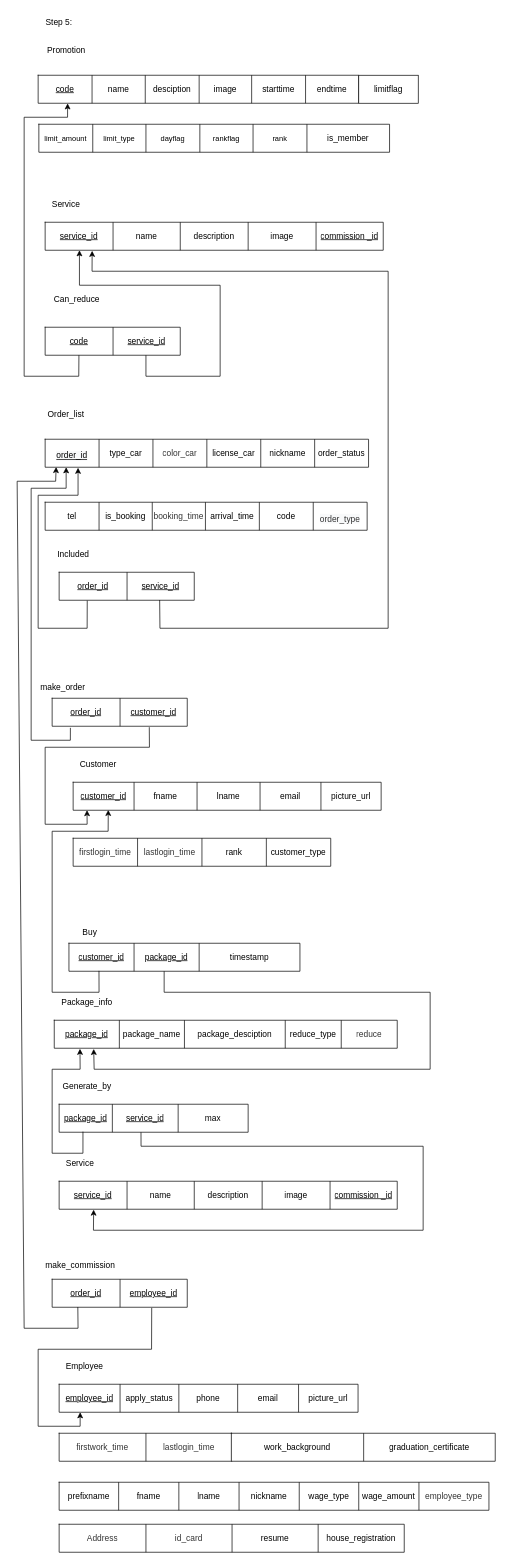
Earlier version of the draw.io diagram page "Step_P3" (4 of 7) of carcare.drawio (jarawin/carcare). Source tidied: cells renumbered, new cells numbered last; positions are measured from the earlier drawing's top-left corner, leaving out a move shared by most shapes. Both pictures are drawn from the tidied source at 70%, with x=0, y=0 at pixel (17, 12).
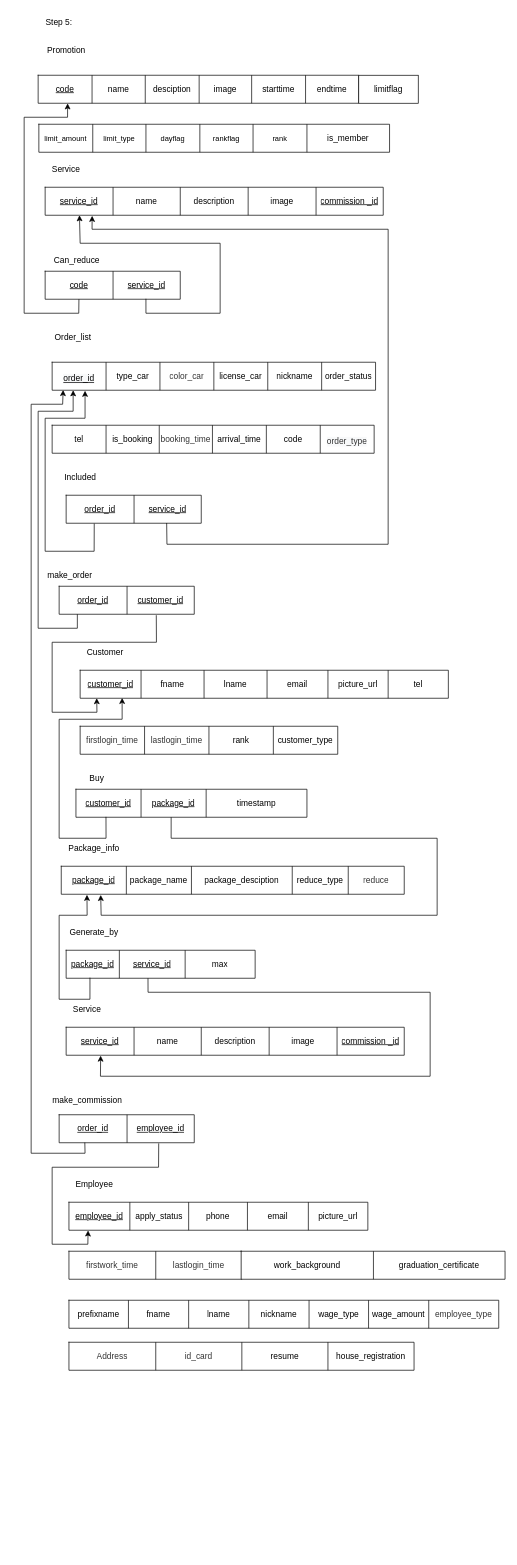
The same page after the edit.

Unchanged cells that the change refers to:
```xml
<mxCell id="6" style="shape=tableRow;horizontal=0;startSize=0;swimlaneHead=0;swimlaneBody=0;top=0;left=0;bottom=0;right=0;fillColor=none;points=[[0,0.5],[1,0.5]];portConstraint=eastwest;strokeColor=default;fontFamily=Helvetica;fontSize=12;fontColor=default;html=1;" parent="5" vertex="1">
  <mxGeometry width="483" height="40" as="geometry" />
</mxCell>
<mxCell id="14" style="shape=tableRow;horizontal=0;startSize=0;swimlaneHead=0;swimlaneBody=0;top=0;left=0;bottom=0;right=0;fillColor=none;points=[[0,0.5],[1,0.5]];portConstraint=eastwest;strokeColor=default;fontFamily=Helvetica;fontSize=12;fontColor=default;html=1;" parent="13" vertex="1">
  <mxGeometry width="193" height="40" as="geometry" />
</mxCell>
<mxCell id="21" style="shape=tableRow;horizontal=0;startSize=0;swimlaneHead=0;swimlaneBody=0;top=0;left=0;bottom=0;right=0;fillColor=none;points=[[0,0.5],[1,0.5]];portConstraint=eastwest;strokeColor=default;fontFamily=Helvetica;fontSize=12;fontColor=default;html=1;" parent="20" vertex="1">
  <mxGeometry width="193" height="40" as="geometry" />
</mxCell>
<mxCell id="30" style="shape=tableRow;horizontal=0;startSize=0;swimlaneHead=0;swimlaneBody=0;top=0;left=0;bottom=0;right=0;fillColor=none;points=[[0,0.5],[1,0.5]];portConstraint=eastwest;strokeColor=default;fontFamily=Helvetica;fontSize=12;fontColor=default;html=1;" parent="29" vertex="1">
  <mxGeometry width="330" height="40" as="geometry" />
</mxCell>
<mxCell id="38" style="shape=tableRow;horizontal=0;startSize=0;swimlaneHead=0;swimlaneBody=0;top=0;left=0;bottom=0;right=0;fillColor=none;points=[[0,0.5],[1,0.5]];portConstraint=eastwest;strokeColor=default;fontFamily=Helvetica;fontSize=12;fontColor=default;html=1;" parent="37" vertex="1">
  <mxGeometry width="483" height="40" as="geometry" />
</mxCell>
<mxCell id="46" style="shape=tableRow;horizontal=0;startSize=0;swimlaneHead=0;swimlaneBody=0;top=0;left=0;bottom=0;right=0;fillColor=none;points=[[0,0.5],[1,0.5]];portConstraint=eastwest;strokeColor=default;fontFamily=Helvetica;fontSize=12;fontColor=default;html=1;" parent="45" vertex="1">
  <mxGeometry width="270" height="40" as="geometry" />
</mxCell>
<mxCell id="55" style="shape=tableRow;horizontal=0;startSize=0;swimlaneHead=0;swimlaneBody=0;top=0;left=0;bottom=0;right=0;fillColor=none;points=[[0,0.5],[1,0.5]];portConstraint=eastwest;strokeColor=default;fontFamily=Helvetica;fontSize=12;fontColor=default;html=1;" parent="54" vertex="1">
  <mxGeometry width="193" height="40" as="geometry" />
</mxCell>
<mxCell id="62" style="shape=tableRow;horizontal=0;startSize=0;swimlaneHead=0;swimlaneBody=0;top=0;left=0;bottom=0;right=0;fillColor=none;points=[[0,0.5],[1,0.5]];portConstraint=eastwest;strokeColor=default;fontFamily=Helvetica;fontSize=12;fontColor=default;html=1;" parent="61" vertex="1">
  <mxGeometry width="193" height="40" as="geometry" />
</mxCell>
<mxCell id="86" style="shape=tableRow;horizontal=0;startSize=0;swimlaneHead=0;swimlaneBody=0;top=0;left=0;bottom=0;right=0;fillColor=none;points=[[0,0.5],[1,0.5]];portConstraint=eastwest;strokeColor=default;fontFamily=Helvetica;fontSize=12;fontColor=default;html=1;" parent="85" vertex="1">
  <mxGeometry width="462" height="40" as="geometry" />
</mxCell>
<mxCell id="107" style="shape=tableRow;horizontal=0;startSize=0;swimlaneHead=0;swimlaneBody=0;top=0;left=0;bottom=0;right=0;fillColor=none;points=[[0,0.5],[1,0.5]];portConstraint=eastwest;strokeColor=default;fontFamily=Helvetica;fontSize=12;fontColor=default;html=1;" parent="106" vertex="1">
  <mxGeometry width="490" height="40" as="geometry" />
</mxCell>
<mxCell id="114" style="shape=tableRow;horizontal=0;startSize=0;swimlaneHead=0;swimlaneBody=0;top=0;left=0;bottom=0;right=0;fillColor=none;points=[[0,0.5],[1,0.5]];portConstraint=eastwest;strokeColor=default;fontFamily=Helvetica;fontSize=12;fontColor=default;html=1;" parent="113" vertex="1">
  <mxGeometry width="427" height="40" as="geometry" />
</mxCell>
```

The edit, as a diff of the source:
```diff
@@
     <mxCell id="3" value="Service" style="text;html=1;strokeColor=none;fillColor=none;align=center;verticalAlign=middle;whiteSpace=wrap;rounded=0;fontFamily=Helvetica;fontSize=12;fontColor=default;startSize=0;" parent="1" vertex="1">
-      <mxGeometry x="40" y="260" width="60" height="30" as="geometry" />
+      <mxGeometry x="40" y="210" width="60" height="30" as="geometry" />
     </mxCell>
@@
     <mxCell id="5" style="shape=table;startSize=0;childLayout=tableLayout;strokeColor=default;fontFamily=Helvetica;fontSize=12;fontColor=default;fillColor=default;html=1;" parent="1" vertex="1">
-      <mxGeometry x="40" y="300" width="483" height="40" as="geometry" />
+      <mxGeometry x="40" y="250" width="483" height="40" as="geometry" />
     </mxCell>
@@
     <mxCell id="12" value="Can_reduce" style="text;html=1;align=center;verticalAlign=middle;strokeColor=none;fillColor=none;" parent="1" vertex="1">
-      <mxGeometry x="40" y="395" width="90" height="30" as="geometry" />
+      <mxGeometry x="40" y="340" width="90" height="30" as="geometry" />
     </mxCell>
     <mxCell id="13" style="shape=table;startSize=0;childLayout=tableLayout;strokeColor=default;fontFamily=Helvetica;fontSize=12;fontColor=default;fillColor=default;html=1;" parent="1" vertex="1">
-      <mxGeometry x="40" y="450" width="193" height="40" as="geometry" />
+      <mxGeometry x="40" y="370" width="193" height="40" as="geometry" />
     </mxCell>
@@
     <mxCell id="17" style="endArrow=classic;html=1;rounded=0;entryX=0.07;entryY=1.006;entryDx=0;entryDy=0;entryPerimeter=0;exitX=0.25;exitY=1;exitDx=0;exitDy=0;" parent="1" edge="1" source="13">
       <mxGeometry relative="1" as="geometry">
         <mxPoint x="72.1" y="130.2" as="targetPoint" />
         <Array as="points">
-          <mxPoint x="88" y="520" />
-          <mxPoint x="10" y="520" />
+          <mxPoint x="88" y="430" />
+          <mxPoint x="10" y="430" />
           <mxPoint x="10" y="150" />
           <mxPoint x="72" y="150" />
         </Array>
       </mxGeometry>
     </mxCell>
-    <mxCell id="18" style="endArrow=classic;html=1;rounded=0;" parent="1" edge="1">
+    <mxCell id="18" style="endArrow=classic;html=1;rounded=0;exitX=0.746;exitY=0.983;exitDx=0;exitDy=0;exitPerimeter=0;" parent="1" edge="1" source="14">
       <mxGeometry relative="1" as="geometry">
-        <mxPoint x="184" y="490" as="sourcePoint" />
-        <mxPoint x="89" y="340" as="targetPoint" />
+        <mxPoint x="89" y="290" as="targetPoint" />
         <Array as="points">
-          <mxPoint x="184" y="520" />
-          <mxPoint x="290" y="520" />
-          <mxPoint x="290" y="390" />
-          <mxPoint x="89" y="390" />
+          <mxPoint x="184" y="430" />
+          <mxPoint x="290" y="430" />
+          <mxPoint x="290" y="330" />
+          <mxPoint x="90" y="330" />
         </Array>
       </mxGeometry>
     </mxCell>
     <mxCell id="19" value="Order_list" style="text;html=1;strokeColor=none;fillColor=none;align=center;verticalAlign=middle;whiteSpace=wrap;rounded=0;fontFamily=Helvetica;fontSize=12;fontColor=default;startSize=0;" parent="1" vertex="1">
-      <mxGeometry x="40" y="560" width="60" height="30" as="geometry" />
+      <mxGeometry x="50" y="450" width="60" height="30" as="geometry" />
     </mxCell>
     <mxCell id="20" style="shape=table;startSize=0;childLayout=tableLayout;strokeColor=default;fontFamily=Helvetica;fontSize=12;fontColor=default;fillColor=default;html=1;" parent="1" vertex="1">
-      <mxGeometry x="60" y="800" width="193" height="40" as="geometry" />
+      <mxGeometry x="70" y="690" width="193" height="40" as="geometry" />
     </mxCell>
@@
     <mxCell id="24" style="endArrow=classic;html=1;rounded=0;entryX=0.096;entryY=1.018;entryDx=0;entryDy=0;entryPerimeter=0;exitX=0.208;exitY=1.012;exitDx=0;exitDy=0;exitPerimeter=0;" parent="1" edge="1" source="21">
       <mxGeometry relative="1" as="geometry">
-        <mxPoint x="87" y="650.7" as="targetPoint" />
+        <mxPoint x="97" y="540.7" as="targetPoint" />
         <Array as="points">
-          <mxPoint x="100" y="880" />
-          <mxPoint x="30" y="880" />
-          <mxPoint x="30" y="690" />
-          <mxPoint x="87" y="690" />
+          <mxPoint x="110" y="770" />
+          <mxPoint x="40" y="770" />
+          <mxPoint x="40" y="580" />
+          <mxPoint x="97" y="580" />
         </Array>
       </mxGeometry>
     </mxCell>
     <mxCell id="25" style="endArrow=classic;html=1;rounded=0;exitX=0.744;exitY=0.993;exitDx=0;exitDy=0;exitPerimeter=0;entryX=0.139;entryY=1.021;entryDx=0;entryDy=0;entryPerimeter=0;" parent="1" edge="1" source="21" target="6">
       <mxGeometry relative="1" as="geometry">
         <Array as="points">
-          <mxPoint x="204" y="880" />
-          <mxPoint x="530" y="880" />
-          <mxPoint x="530" y="370" />
-          <mxPoint x="107" y="370" />
+          <mxPoint x="214" y="760" />
+          <mxPoint x="530" y="760" />
+          <mxPoint x="530" y="310" />
+          <mxPoint x="107" y="310" />
         </Array>
       </mxGeometry>
     </mxCell>
     <mxCell id="26" value="Included" style="text;html=1;align=center;verticalAlign=middle;strokeColor=none;fillColor=none;" parent="1" vertex="1">
-      <mxGeometry x="45" y="760" width="70" height="30" as="geometry" />
+      <mxGeometry x="55" y="650" width="70" height="30" as="geometry" />
     </mxCell>
     <mxCell id="27" value="Package_info" style="text;html=1;strokeColor=none;fillColor=none;align=center;verticalAlign=middle;whiteSpace=wrap;rounded=0;fontFamily=Helvetica;fontSize=12;fontColor=default;startSize=0;" parent="1" vertex="1">
-      <mxGeometry x="70" y="1400" width="60" height="30" as="geometry" />
+      <mxGeometry x="80" y="1180" width="60" height="30" as="geometry" />
     </mxCell>
     <mxCell id="28" value="Buy" style="text;html=1;strokeColor=none;fillColor=none;align=center;verticalAlign=middle;whiteSpace=wrap;rounded=0;fontFamily=Helvetica;fontSize=12;fontColor=default;startSize=0;" parent="1" vertex="1">
-      <mxGeometry x="74" y="1300" width="60" height="30" as="geometry" />
+      <mxGeometry x="84" y="1080" width="60" height="30" as="geometry" />
     </mxCell>
     <mxCell id="29" style="shape=table;startSize=0;childLayout=tableLayout;strokeColor=default;fontFamily=Helvetica;fontSize=12;fontColor=default;fillColor=default;html=1;" parent="1" vertex="1">
-      <mxGeometry x="74" y="1330" width="330" height="40" as="geometry" />
+      <mxGeometry x="84" y="1110" width="330" height="40" as="geometry" />
     </mxCell>
@@
     <mxCell id="34" style="endArrow=classic;html=1;rounded=0;exitX=0.13;exitY=0.986;exitDx=0;exitDy=0;exitPerimeter=0;entryX=0.114;entryY=0.988;entryDx=0;entryDy=0;entryPerimeter=0;" parent="1" edge="1" source="30" target="94">
       <mxGeometry relative="1" as="geometry">
         <Array as="points">
-          <mxPoint x="117" y="1400" />
-          <mxPoint x="50" y="1400" />
-          <mxPoint x="50" y="1170" />
-          <mxPoint x="130" y="1170" />
+          <mxPoint x="127" y="1180" />
+          <mxPoint x="60" y="1180" />
+          <mxPoint x="60" y="1010" />
+          <mxPoint x="150" y="1010" />
         </Array>
       </mxGeometry>
     </mxCell>
     <mxCell id="35" style="endArrow=classic;html=1;rounded=0;entryX=0.115;entryY=1.024;entryDx=0;entryDy=0;entryPerimeter=0;" parent="1" edge="1" target="107">
       <mxGeometry relative="1" as="geometry">
-        <mxPoint x="210" y="1370" as="sourcePoint" />
+        <mxPoint x="220" y="1150" as="sourcePoint" />
         <Array as="points">
-          <mxPoint x="210" y="1400" />
-          <mxPoint x="590" y="1400" />
-          <mxPoint x="590" y="1510" />
-          <mxPoint x="110" y="1510" />
+          <mxPoint x="220" y="1180" />
+          <mxPoint x="600" y="1180" />
+          <mxPoint x="600" y="1290" />
+          <mxPoint x="120" y="1290" />
         </Array>
       </mxGeometry>
     </mxCell>
     <mxCell id="36" value="Service" style="text;html=1;strokeColor=none;fillColor=none;align=center;verticalAlign=middle;whiteSpace=wrap;rounded=0;fontFamily=Helvetica;fontSize=12;fontColor=default;startSize=0;" parent="1" vertex="1">
-      <mxGeometry x="60" y="1630" width="60" height="30" as="geometry" />
+      <mxGeometry x="70" y="1410" width="60" height="30" as="geometry" />
     </mxCell>
     <mxCell id="37" style="shape=table;startSize=0;childLayout=tableLayout;strokeColor=default;fontFamily=Helvetica;fontSize=12;fontColor=default;fillColor=default;html=1;" parent="1" vertex="1">
-      <mxGeometry x="60" y="1670" width="483" height="40" as="geometry" />
+      <mxGeometry x="70" y="1450" width="483" height="40" as="geometry" />
     </mxCell>
@@
     <mxCell id="44" value="Generate_by" style="text;html=1;strokeColor=none;fillColor=none;align=center;verticalAlign=middle;whiteSpace=wrap;rounded=0;fontFamily=Helvetica;fontSize=12;fontColor=default;startSize=0;" parent="1" vertex="1">
-      <mxGeometry x="70" y="1520" width="60" height="30" as="geometry" />
+      <mxGeometry x="80" y="1300" width="60" height="30" as="geometry" />
     </mxCell>
     <mxCell id="45" style="shape=table;startSize=0;childLayout=tableLayout;strokeColor=default;fontFamily=Helvetica;fontSize=12;fontColor=default;fillColor=default;html=1;" parent="1" vertex="1">
-      <mxGeometry x="60" y="1560" width="270" height="40" as="geometry" />
+      <mxGeometry x="70" y="1340" width="270" height="40" as="geometry" />
     </mxCell>
@@
     <mxCell id="50" style="endArrow=classic;html=1;rounded=0;exitX=0.126;exitY=0.979;exitDx=0;exitDy=0;exitPerimeter=0;entryX=0.075;entryY=1.019;entryDx=0;entryDy=0;entryPerimeter=0;" parent="1" edge="1" source="46" target="107">
       <mxGeometry relative="1" as="geometry">
         <Array as="points">
-          <mxPoint x="94" y="1630" />
-          <mxPoint x="50" y="1630" />
-          <mxPoint x="50" y="1510" />
-          <mxPoint x="90" y="1510" />
+          <mxPoint x="104" y="1410" />
+          <mxPoint x="60" y="1410" />
+          <mxPoint x="60" y="1290" />
+          <mxPoint x="100" y="1290" />
         </Array>
       </mxGeometry>
     </mxCell>
     <mxCell id="51" style="endArrow=classic;html=1;rounded=0;exitX=0.433;exitY=1.002;exitDx=0;exitDy=0;exitPerimeter=0;entryX=0.102;entryY=1.014;entryDx=0;entryDy=0;entryPerimeter=0;" parent="1" edge="1" source="46" target="38">
       <mxGeometry relative="1" as="geometry">
         <Array as="points">
-          <mxPoint x="177" y="1620" />
-          <mxPoint x="580" y="1620" />
-          <mxPoint x="580" y="1740" />
-          <mxPoint x="109" y="1740" />
+          <mxPoint x="187" y="1400" />
+          <mxPoint x="590" y="1400" />
+          <mxPoint x="590" y="1520" />
+          <mxPoint x="119" y="1520" />
         </Array>
       </mxGeometry>
     </mxCell>
     <mxCell id="52" value="Customer" style="text;html=1;strokeColor=none;fillColor=none;align=center;verticalAlign=middle;whiteSpace=wrap;rounded=0;fontFamily=Helvetica;fontSize=12;fontColor=default;startSize=0;" parent="1" vertex="1">
-      <mxGeometry x="86" y="1060" width="60" height="30" as="geometry" />
+      <mxGeometry x="96" y="900" width="60" height="30" as="geometry" />
     </mxCell>
     <mxCell id="53" value="make_order" style="text;html=1;align=center;verticalAlign=middle;strokeColor=none;fillColor=none;" parent="1" vertex="1">
-      <mxGeometry x="20" y="950" width="90" height="30" as="geometry" />
+      <mxGeometry x="30" y="790" width="90" height="30" as="geometry" />
     </mxCell>
     <mxCell id="54" style="shape=table;startSize=0;childLayout=tableLayout;strokeColor=default;fontFamily=Helvetica;fontSize=12;fontColor=default;fillColor=default;html=1;" parent="1" vertex="1">
-      <mxGeometry x="50" y="980" width="193" height="40" as="geometry" />
+      <mxGeometry x="60" y="820" width="193" height="40" as="geometry" />
     </mxCell>
@@
-    <mxCell id="58" style="endArrow=classic;html=1;rounded=0;exitX=0.135;exitY=1.057;exitDx=0;exitDy=0;exitPerimeter=0;" parent="1" edge="1" source="55">
+    <mxCell id="58" style="endArrow=classic;html=1;rounded=0;" parent="1" edge="1">
       <mxGeometry relative="1" as="geometry">
-        <mxPoint x="70" y="650" as="targetPoint" />
+        <mxPoint x="86" y="860" as="sourcePoint" />
+        <mxPoint x="80" y="540" as="targetPoint" />
         <Array as="points">
-          <mxPoint x="76" y="1040" />
-          <mxPoint x="20" y="1040" />
-          <mxPoint x="20" y="680" />
-          <mxPoint x="70" y="680" />
+          <mxPoint x="86" y="880" />
+          <mxPoint x="30" y="880" />
+          <mxPoint x="30" y="570" />
+          <mxPoint x="80" y="570" />
         </Array>
       </mxGeometry>
     </mxCell>
     <mxCell id="59" style="endArrow=classic;html=1;rounded=0;exitX=0.719;exitY=1.034;exitDx=0;exitDy=0;exitPerimeter=0;entryX=0.045;entryY=0.996;entryDx=0;entryDy=0;entryPerimeter=0;" parent="1" edge="1" source="55" target="94">
       <mxGeometry relative="1" as="geometry">
         <Array as="points">
-          <mxPoint x="189" y="1050" />
-          <mxPoint x="40" y="1050" />
-          <mxPoint x="40" y="1160" />
-          <mxPoint x="100" y="1160" />
+          <mxPoint x="199" y="900" />
+          <mxPoint x="50" y="900" />
+          <mxPoint x="50" y="1000" />
+          <mxPoint x="114" y="1000" />
         </Array>
       </mxGeometry>
     </mxCell>
     <mxCell id="60" value="make_commission" style="text;html=1;align=center;verticalAlign=middle;strokeColor=none;fillColor=none;" parent="1" vertex="1">
-      <mxGeometry x="30" y="1775" width="120" height="30" as="geometry" />
+      <mxGeometry x="40" y="1540" width="120" height="30" as="geometry" />
     </mxCell>
     <mxCell id="61" style="shape=table;startSize=0;childLayout=tableLayout;strokeColor=default;fontFamily=Helvetica;fontSize=12;fontColor=default;fillColor=default;html=1;" parent="1" vertex="1">
-      <mxGeometry x="50" y="1810" width="193" height="40" as="geometry" />
+      <mxGeometry x="60" y="1575" width="193" height="40" as="geometry" />
     </mxCell>
@@
     <mxCell id="65" value="Employee" style="text;html=1;align=center;verticalAlign=middle;strokeColor=none;fillColor=none;" parent="1" vertex="1">
-      <mxGeometry x="56" y="1920" width="80" height="30" as="geometry" />
+      <mxGeometry x="70" y="1660" width="80" height="30" as="geometry" />
     </mxCell>
-    <mxCell id="66" style="endArrow=classic;html=1;rounded=0;exitX=0.737;exitY=1.022;exitDx=0;exitDy=0;exitPerimeter=0;" parent="1" edge="1" source="62">
+    <mxCell id="66" style="endArrow=classic;html=1;rounded=0;exitX=0.737;exitY=1.022;exitDx=0;exitDy=0;exitPerimeter=0;entryX=0.064;entryY=1.007;entryDx=0;entryDy=0;entryPerimeter=0;" parent="1" edge="1" source="62" target="114">
       <mxGeometry relative="1" as="geometry">
-        <mxPoint x="90" y="2000" as="targetPoint" />
         <Array as="points">
-          <mxPoint x="192" y="1910" />
-          <mxPoint x="30" y="1910" />
-          <mxPoint x="30" y="2020" />
-          <mxPoint x="90" y="2020" />
+          <mxPoint x="202" y="1650" />
+          <mxPoint x="50" y="1650" />
+          <mxPoint x="50" y="1760" />
+          <mxPoint x="101" y="1760" />
         </Array>
       </mxGeometry>
     </mxCell>
     <mxCell id="67" style="endArrow=classic;html=1;rounded=0;exitX=0.19;exitY=0.994;exitDx=0;exitDy=0;exitPerimeter=0;entryX=0.034;entryY=0.992;entryDx=0;entryDy=0;entryPerimeter=0;" parent="1" edge="1" source="62" target="86">
       <mxGeometry relative="1" as="geometry">
         <Array as="points">
-          <mxPoint x="87" y="1880" />
-          <mxPoint x="10" y="1880" />
-          <mxPoint y="670" />
-          <mxPoint x="55" y="670" />
+          <mxPoint x="97" y="1630" />
+          <mxPoint x="20" y="1630" />
+          <mxPoint x="20" y="560" />
+          <mxPoint x="65" y="560" />
         </Array>
       </mxGeometry>
     </mxCell>
@@
     <mxCell id="77" style="shape=table;startSize=0;childLayout=tableLayout;strokeColor=default;fontFamily=Helvetica;fontSize=12;fontColor=default;fillColor=default;html=1;" parent="1" vertex="1">
-      <mxGeometry x="40" y="700" width="460" height="40" as="geometry" />
+      <mxGeometry x="50" y="590" width="460" height="40" as="geometry" />
     </mxCell>
@@
     <mxCell id="85" style="shape=table;startSize=0;childLayout=tableLayout;strokeColor=default;fontFamily=Helvetica;fontSize=12;fontColor=default;fillColor=default;html=1;" parent="1" vertex="1">
-      <mxGeometry x="40" y="610" width="462" height="40" as="geometry" />
+      <mxGeometry x="50" y="500" width="462" height="40" as="geometry" />
     </mxCell>
@@
     <mxCell id="93" style="shape=table;startSize=0;childLayout=tableLayout;strokeColor=default;fontFamily=Helvetica;fontSize=12;fontColor=default;fillColor=default;html=1;" parent="1" vertex="1">
-      <mxGeometry x="80" y="1100" width="440" height="40" as="geometry" />
+      <mxGeometry x="90" y="940" width="526" height="40" as="geometry" />
     </mxCell>
     <mxCell id="94" style="shape=tableRow;horizontal=0;startSize=0;swimlaneHead=0;swimlaneBody=0;top=0;left=0;bottom=0;right=0;fillColor=none;points=[[0,0.5],[1,0.5]];portConstraint=eastwest;strokeColor=default;fontFamily=Helvetica;fontSize=12;fontColor=default;html=1;" parent="93" vertex="1">
-      <mxGeometry width="440" height="40" as="geometry" />
+      <mxGeometry width="526" height="40" as="geometry" />
     </mxCell>
@@
+    <mxCell id="151" value="tel" style="shape=partialRectangle;html=1;whiteSpace=wrap;overflow=hidden;fillColor=none;top=0;left=0;bottom=0;right=0;strokeColor=default;fontFamily=Helvetica;fontSize=12;fontColor=default;startSize=0;" parent="94" vertex="1">
+      <mxGeometry x="440" width="86" height="40" as="geometry" />
+    </mxCell>
     <mxCell id="100" style="shape=table;startSize=0;childLayout=tableLayout;strokeColor=default;fontFamily=Helvetica;fontSize=12;fontColor=default;fillColor=default;html=1;" parent="1" vertex="1">
-      <mxGeometry x="80" y="1180" width="368" height="40" as="geometry" />
+      <mxGeometry x="90" y="1020" width="368" height="40" as="geometry" />
     </mxCell>
@@
     <mxCell id="106" style="shape=table;startSize=0;childLayout=tableLayout;strokeColor=default;fontFamily=Helvetica;fontSize=12;fontColor=default;fillColor=default;html=1;" parent="1" vertex="1">
-      <mxGeometry x="53" y="1440" width="490" height="40" as="geometry" />
+      <mxGeometry x="63" y="1220" width="490" height="40" as="geometry" />
     </mxCell>
@@
     <mxCell id="113" style="shape=table;startSize=0;childLayout=tableLayout;strokeColor=default;fontFamily=Helvetica;fontSize=12;fontColor=default;fillColor=default;html=1;" parent="1" vertex="1">
-      <mxGeometry x="60" y="1960" width="427" height="40" as="geometry" />
+      <mxGeometry x="74" y="1700" width="427" height="40" as="geometry" />
     </mxCell>
@@
     <mxCell id="120" style="shape=table;startSize=0;childLayout=tableLayout;strokeColor=default;fontFamily=Helvetica;fontSize=12;fontColor=default;fillColor=default;html=1;" parent="1" vertex="1">
-      <mxGeometry x="60" y="2030" width="247" height="40" as="geometry" />
+      <mxGeometry x="74" y="1770" width="247" height="40" as="geometry" />
     </mxCell>
@@
     <mxCell id="124" style="shape=table;startSize=0;childLayout=tableLayout;strokeColor=default;fontFamily=Helvetica;fontSize=12;fontColor=default;fillColor=default;html=1;" parent="1" vertex="1">
-      <mxGeometry x="60" y="2100" width="614" height="40" as="geometry" />
+      <mxGeometry x="74" y="1840" width="614" height="40" as="geometry" />
     </mxCell>
@@
     <mxCell id="133" style="shape=table;startSize=0;childLayout=tableLayout;strokeColor=default;fontFamily=Helvetica;fontSize=12;fontColor=default;fillColor=default;html=1;" parent="1" vertex="1">
-      <mxGeometry x="306" y="2030" width="377" height="40" as="geometry" />
+      <mxGeometry x="320" y="1770" width="377" height="40" as="geometry" />
     </mxCell>
@@
     <mxCell id="145" style="shape=table;startSize=0;childLayout=tableLayout;strokeColor=default;fontFamily=Helvetica;fontSize=12;fontColor=default;fillColor=default;html=1;" parent="1" vertex="1">
-      <mxGeometry x="60" y="2160" width="493" height="40" as="geometry" />
+      <mxGeometry x="74" y="1900" width="493" height="40" as="geometry" />
     </mxCell>
```
